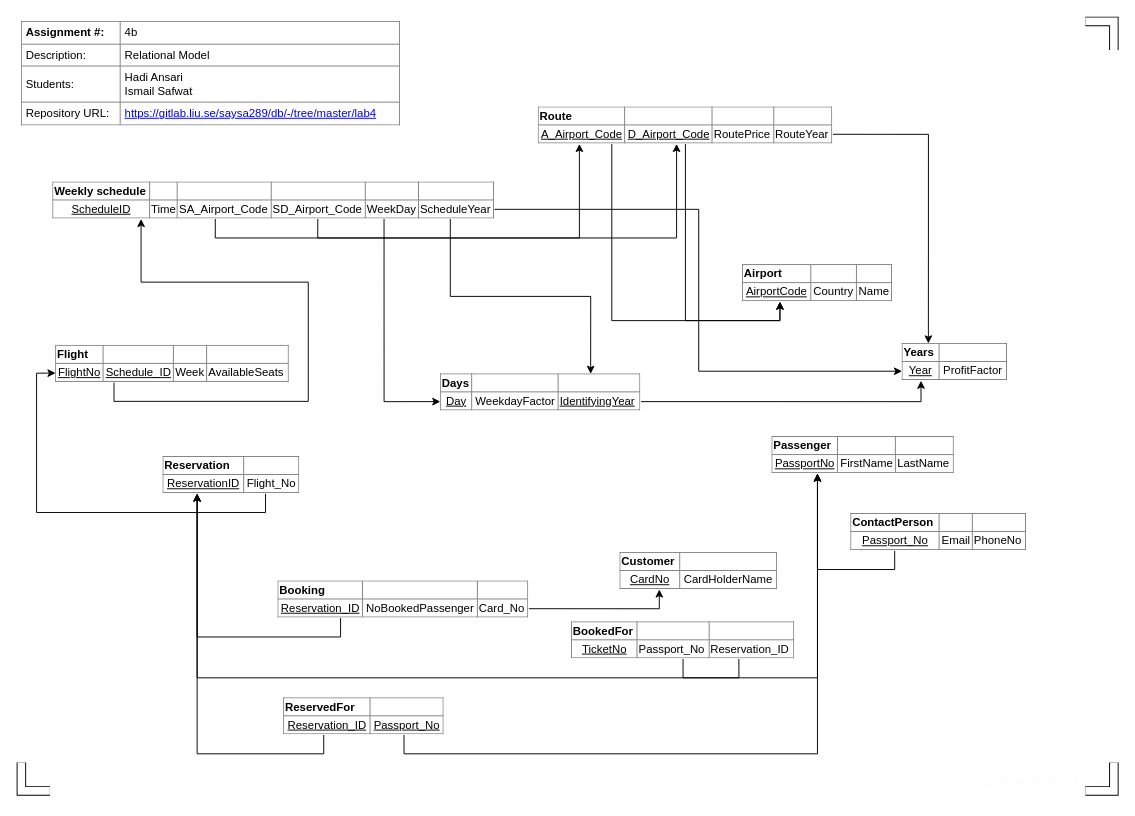
This is page "Relational Model" (2 of 2) of lab4/Assignment4b.drawio from hadi-ansari/TDDD12, a draw.io file, before an edit. Source tidied: cells renumbered, new cells numbered last; positions are measured from the earlier drawing's top-left corner, leaving out a move shared by most shapes. Both pictures are drawn from the tidied source at 95%, with x=0, y=0 at pixel (21, 21).
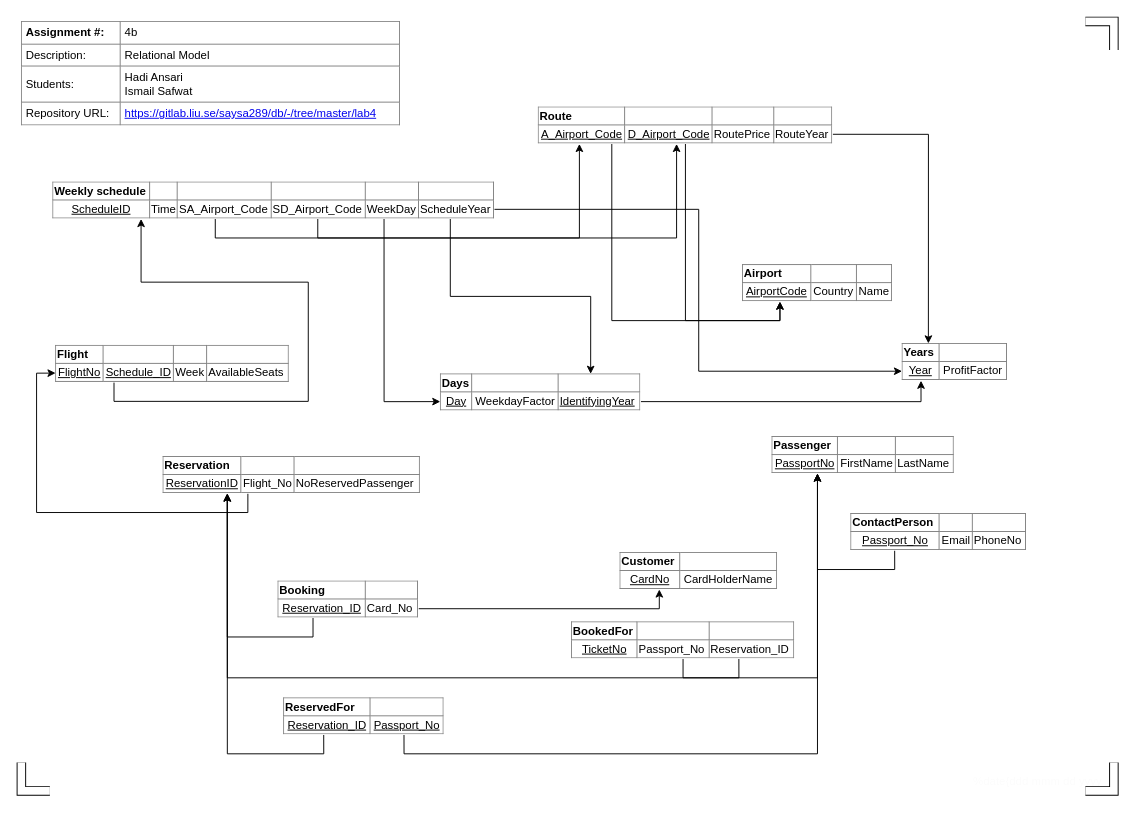
The same page after the edit.

Unchanged cells that the change refers to:
```xml
<mxCell id="25" value="&lt;table border=&quot;1&quot; width=&quot;100%&quot; style=&quot;width: 100% ; height: 100% ; border-collapse: collapse&quot;&gt;&lt;tbody&gt;&lt;tr&gt;&lt;td&gt;&lt;b&gt;Flight&lt;/b&gt;&lt;/td&gt;&lt;td&gt;&lt;br&gt;&lt;/td&gt;&lt;td&gt;&lt;br&gt;&lt;/td&gt;&lt;td&gt;&lt;br&gt;&lt;/td&gt;&lt;/tr&gt;&lt;tr&gt;&lt;td style=&quot;text-align: center&quot;&gt;&lt;u&gt;FlightNo&lt;/u&gt;&lt;/td&gt;&lt;td style=&quot;text-align: center&quot;&gt;&lt;u style=&quot;text-align: left&quot;&gt;Schedule_ID&lt;/u&gt;&lt;br&gt;&lt;/td&gt;&lt;td&gt;Week&lt;/td&gt;&lt;td&gt;&lt;span style=&quot;text-align: center;&quot;&gt;AvailableSeats&lt;/span&gt;&lt;br&gt;&lt;/td&gt;&lt;/tr&gt;&lt;/tbody&gt;&lt;/table&gt;" style="text;html=1;strokeColor=none;fillColor=#ffffff;overflow=fill;" parent="1" vertex="1">
  <mxGeometry x="36" y="341" width="246" height="39" as="geometry" />
</mxCell>
```

What changed in the source:
```diff
@@
-    <mxCell id="12" style="edgeStyle=orthogonalEdgeStyle;rounded=0;jettySize=auto;html=1;exitX=0.75;exitY=1;exitDx=0;exitDy=0;entryX=0;entryY=0.75;entryDx=0;entryDy=0;" parent="1" edge="1" source="13" target="25">
+    <mxCell id="12" style="edgeStyle=orthogonalEdgeStyle;rounded=0;jettySize=auto;html=1;exitX=0.33;exitY=1;exitDx=0;exitDy=0;entryX=0;entryY=0.75;entryDx=0;entryDy=0;exitPerimeter=0;" parent="1" edge="1" source="13" target="25">
       <mxGeometry relative="1" as="geometry" />
     </mxCell>
-    <mxCell id="13" value="&lt;table border=&quot;1&quot; width=&quot;100%&quot; style=&quot;width: 100% ; height: 100% ; border-collapse: collapse&quot;&gt;&lt;tbody&gt;&lt;tr&gt;&lt;td&gt;&lt;b&gt;Reservation&lt;/b&gt;&lt;/td&gt;&lt;td&gt;&lt;br&gt;&lt;/td&gt;&lt;/tr&gt;&lt;tr&gt;&lt;td style=&quot;text-align: center&quot;&gt;&lt;u&gt;ReservationID&lt;/u&gt;&lt;/td&gt;&lt;td style=&quot;text-align: center&quot;&gt;Flight_No&lt;/td&gt;&lt;/tr&gt;&lt;/tbody&gt;&lt;/table&gt;" style="text;html=1;strokeColor=none;fillColor=#ffffff;overflow=fill;" parent="1" vertex="1">
-      <mxGeometry x="149" y="458" width="144" height="39" as="geometry" />
+    <mxCell id="13" value="&lt;table border=&quot;1&quot; width=&quot;100%&quot; style=&quot;width: 100% ; height: 100% ; border-collapse: collapse&quot;&gt;&lt;tbody&gt;&lt;tr&gt;&lt;td&gt;&lt;b&gt;Reservation&lt;/b&gt;&lt;/td&gt;&lt;td&gt;&lt;br&gt;&lt;/td&gt;&lt;td&gt;&lt;br&gt;&lt;/td&gt;&lt;/tr&gt;&lt;tr&gt;&lt;td style=&quot;text-align: center&quot;&gt;&lt;u&gt;ReservationID&lt;/u&gt;&lt;/td&gt;&lt;td style=&quot;text-align: center&quot;&gt;Flight_No&lt;/td&gt;&lt;td&gt;&lt;span style=&quot;text-align: center;&quot;&gt;NoReservedPassenger&lt;/span&gt;&lt;br&gt;&lt;/td&gt;&lt;/tr&gt;&lt;/tbody&gt;&lt;/table&gt;" style="text;html=1;strokeColor=none;fillColor=#ffffff;overflow=fill;points=[[0,0,0,0,0],[0,0.26,0,0,0],[0,0.51,0,0,0],[0,0.74,0,0,0],[0,1,0,0,0],[0.17,1,0,0,0],[0.25,0,0,0,0],[0.25,1,0,0,0],[0.33,1,0,0,0],[0.5,0,0,0,0],[0.5,1,0,0,0],[0.67,1,0,0,0],[0.75,0,0,0,0],[0.75,1,0,0,0],[0.83,1,0,0,0],[1,0,0,0,0],[1,0.26,0,0,0],[1,0.51,0,0,0],[1,0.74,0,0,0],[1,1,0,0,0]];" parent="1" vertex="1">
+      <mxGeometry x="149" y="458" width="271" height="39" as="geometry" />
     </mxCell>
@@
-    <mxCell id="28" value="&lt;table border=&quot;1&quot; width=&quot;100%&quot; style=&quot;width: 100% ; height: 100% ; border-collapse: collapse&quot;&gt;&lt;tbody&gt;&lt;tr&gt;&lt;td&gt;&lt;b&gt;Booking&lt;/b&gt;&lt;/td&gt;&lt;td&gt;&lt;br&gt;&lt;/td&gt;&lt;td&gt;&lt;/td&gt;&lt;/tr&gt;&lt;tr&gt;&lt;td style=&quot;text-align: center&quot;&gt;&lt;u&gt;Reservation_ID&lt;/u&gt;&lt;/td&gt;&lt;td style=&quot;text-align: center&quot;&gt;NoBookedPassenger&lt;/td&gt;&lt;td&gt;Card_No&lt;/td&gt;&lt;/tr&gt;&lt;/tbody&gt;&lt;/table&gt;" style="text;html=1;strokeColor=none;fillColor=#ffffff;overflow=fill;" parent="1" vertex="1">
-      <mxGeometry x="270" y="589" width="264" height="39" as="geometry" />
+    <mxCell id="28" value="&lt;table border=&quot;1&quot; width=&quot;100%&quot; style=&quot;width: 100% ; height: 100% ; border-collapse: collapse&quot;&gt;&lt;tbody&gt;&lt;tr&gt;&lt;td&gt;&lt;b&gt;Booking&lt;/b&gt;&lt;/td&gt;&lt;td&gt;&lt;/td&gt;&lt;/tr&gt;&lt;tr&gt;&lt;td style=&quot;text-align: center&quot;&gt;&lt;u&gt;Reservation_ID&lt;/u&gt;&lt;/td&gt;&lt;td&gt;Card_No&lt;/td&gt;&lt;/tr&gt;&lt;/tbody&gt;&lt;/table&gt;" style="text;html=1;strokeColor=none;fillColor=#ffffff;overflow=fill;" parent="1" vertex="1">
+      <mxGeometry x="270" y="589" width="148" height="39" as="geometry" />
     </mxCell>
```
